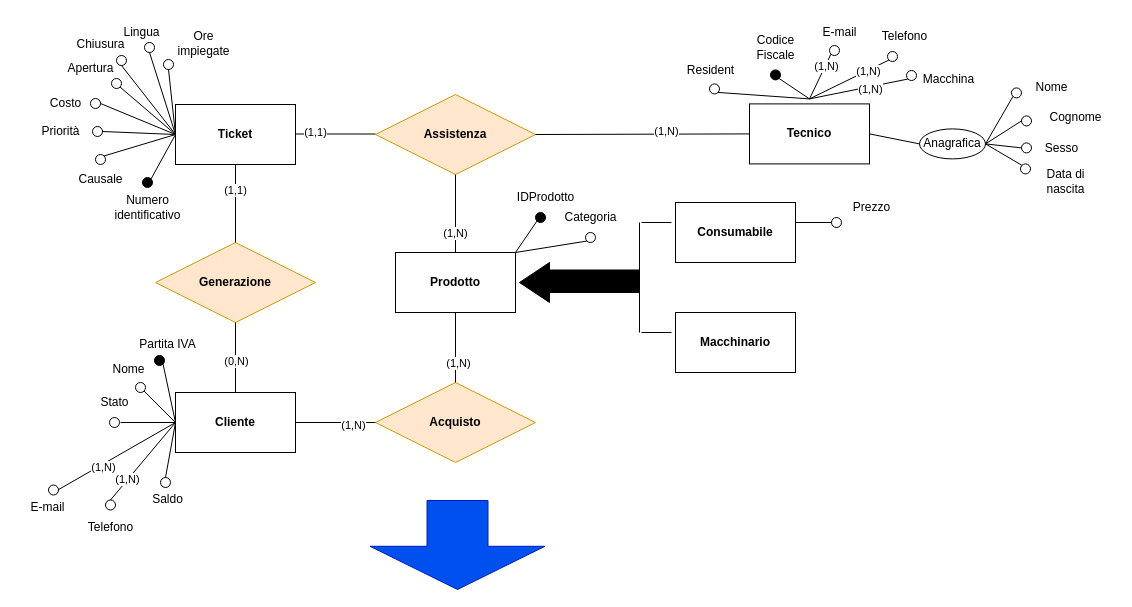
Before: Diagrammi/generalizzazione1.drawio in fedeStaffo/Progetto_Basi_di_dati, a draw.io diagram. Source tidied: cells renumbered, new cells numbered last; positions are measured from the earlier drawing's top-left corner, leaving out a move shared by most shapes. Both pictures are drawn from the tidied source at 100%, with x=0, y=0 at pixel (17, 17).
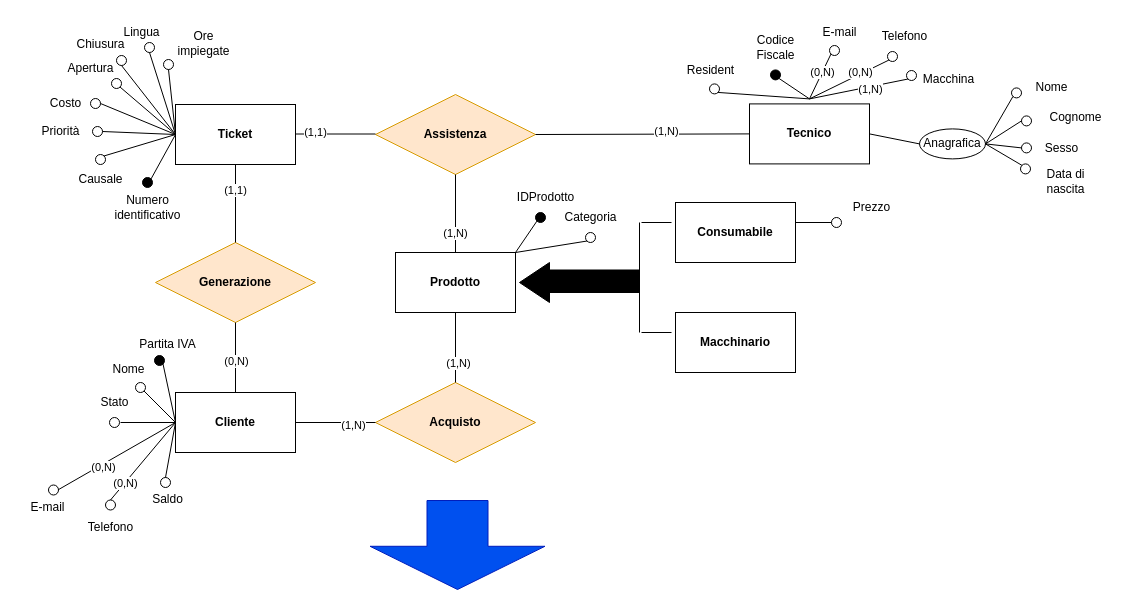
The same page after the edit.

Unchanged cells that the change refers to:
```xml
<mxCell id="51" style="endArrow=none;html=1;rounded=0;entryX=0.5;entryY=0;entryDx=0;entryDy=0;exitX=0;exitY=0.5;exitDx=0;exitDy=0;" parent="1" edge="1" source="2" target="40">
  <mxGeometry relative="1" as="geometry" />
</mxCell>
<mxCell id="54" style="endArrow=none;html=1;rounded=0;entryX=0;entryY=0.5;entryDx=0;entryDy=0;exitX=0.68;exitY=-0.093;exitDx=0;exitDy=0;exitPerimeter=0;" parent="1" edge="1" source="45" target="2">
  <mxGeometry relative="1" as="geometry" />
</mxCell>
<mxCell id="101" style="endArrow=none;html=1;rounded=0;entryX=0;entryY=1;entryDx=0;entryDy=0;exitX=0.5;exitY=0;exitDx=0;exitDy=0;" parent="1" edge="1" target="95">
  <mxGeometry relative="1" as="geometry">
    <mxPoint x="792" y="81.4" as="sourcePoint" />
  </mxGeometry>
</mxCell>
<mxCell id="103" style="endArrow=none;html=1;rounded=0;entryX=0;entryY=1;entryDx=0;entryDy=0;exitX=0.5;exitY=0;exitDx=0;exitDy=0;" parent="1" edge="1" target="98">
  <mxGeometry relative="1" as="geometry">
    <mxPoint x="792" y="81.4" as="sourcePoint" />
  </mxGeometry>
</mxCell>
```

The edit, as a diff of the source:
```diff
@@
-    <mxCell id="52" value="(1,N)" style="edgeLabel;html=1;align=center;verticalAlign=middle;" parent="51" vertex="1">
-      <mxGeometry x="0.49" y="-1" relative="1" as="geometry" />
-    </mxCell>
@@
-    <mxCell id="55" value="(1,N)" style="edgeLabel;html=1;align=center;verticalAlign=middle;" parent="54" vertex="1">
+    <mxCell id="55" value="(0,N)" style="edgeLabel;html=1;align=center;verticalAlign=middle;" parent="54" vertex="1">
       <mxGeometry x="-0.26" y="-2" relative="1" as="geometry" />
     </mxCell>
@@
-    <mxCell id="102" value="(1,N)" style="edgeLabel;html=1;align=center;verticalAlign=middle;" parent="101" vertex="1">
-      <mxGeometry x="0.47" y="-1" relative="1" as="geometry" />
-    </mxCell>
@@
-    <mxCell id="104" value="(1,N)" style="edgeLabel;html=1;align=center;verticalAlign=middle;" parent="103" vertex="1">
-      <mxGeometry x="0.48" relative="1" as="geometry">
-        <mxPoint y="1" as="offset" />
-      </mxGeometry>
-    </mxCell>
@@
+    <mxCell id="116" value="(0,N)" style="edgeLabel;html=1;align=center;verticalAlign=middle;" parent="1" vertex="1">
+      <mxGeometry x="95.2" y="459.1" as="geometry">
+        <mxPoint x="12" y="6" as="offset" />
+      </mxGeometry>
+    </mxCell>
+    <mxCell id="117" value="(0,N)" style="edgeLabel;html=1;align=center;verticalAlign=middle;" parent="1" vertex="1">
+      <mxGeometry x="792" y="48" as="geometry">
+        <mxPoint x="12" y="6" as="offset" />
+      </mxGeometry>
+    </mxCell>
+    <mxCell id="118" value="(0,N)" style="edgeLabel;html=1;align=center;verticalAlign=middle;" parent="1" vertex="1">
+      <mxGeometry x="830" y="48" as="geometry">
+        <mxPoint x="12" y="6" as="offset" />
+      </mxGeometry>
+    </mxCell>
```
